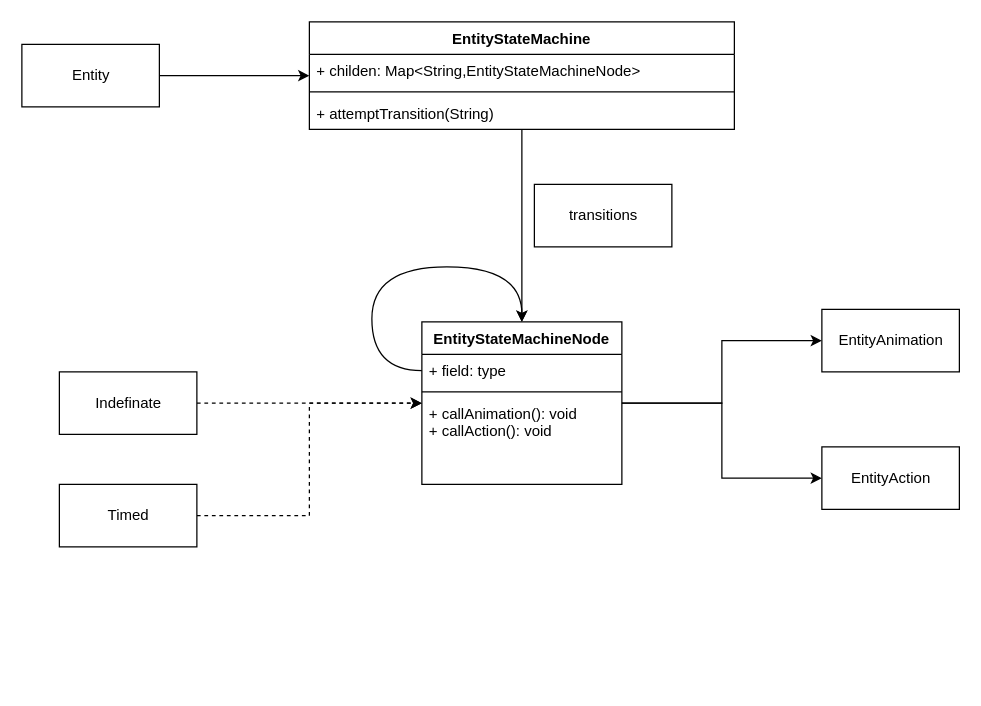
Above: design/EntityStateMap.drawio in andrew-delph/libgdx-game (draw.io), before the change. Source tidied: cells renumbered, new cells numbered last; positions are measured from the earlier drawing's top-left corner, leaving out a move shared by most shapes. Both pictures are drawn from the tidied source at 125%, with x=0, y=0 at pixel (21, 21).
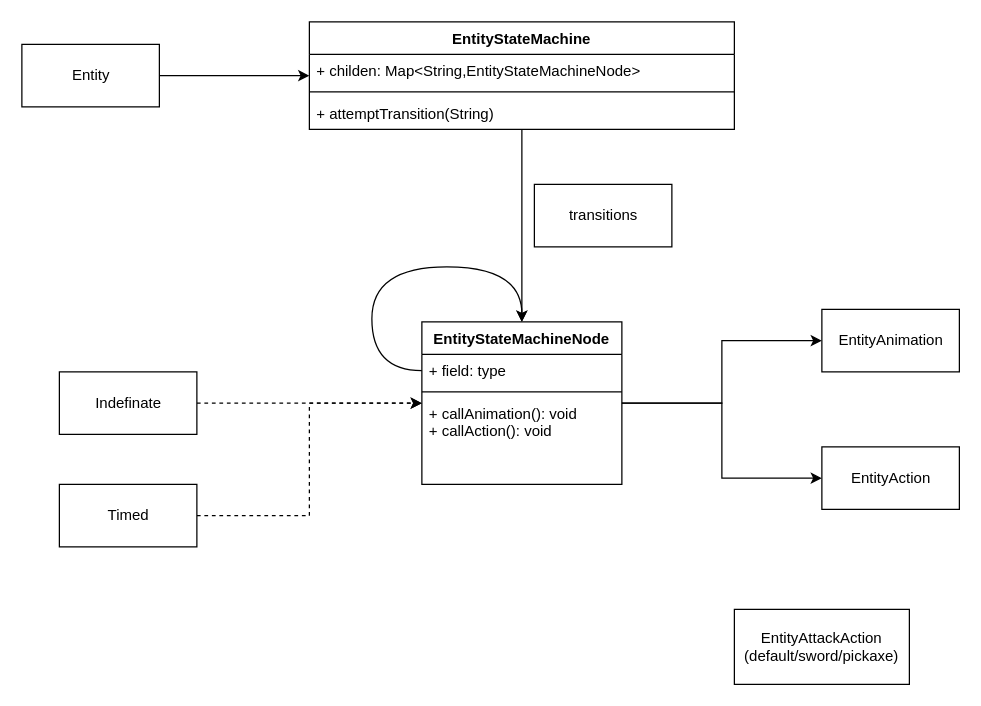
The same diagram, later.

Diff of the diagram source:
```diff
@@
+    <mxCell id="23" value="EntityAttackAction&lt;br&gt;(default/sword/pickaxe)" style="rounded=0;whiteSpace=wrap;html=1;" parent="1" vertex="1">
+      <mxGeometry x="570" y="470" width="140" height="60" as="geometry" />
+    </mxCell>
```
